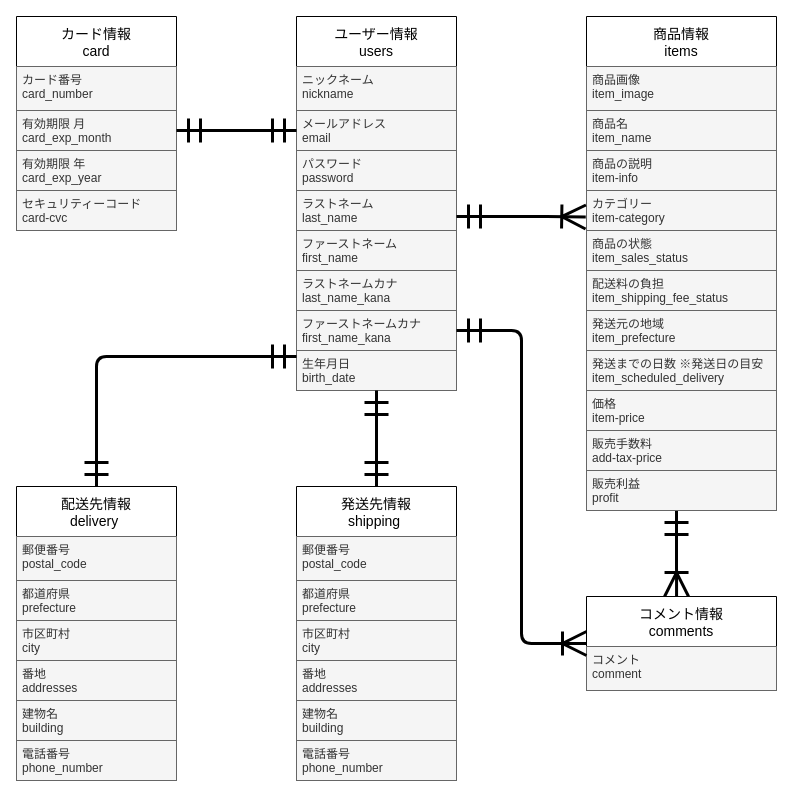
The draw.io diagram er.dio in hiroyuki0305/furima-37561, before the edit. Source tidied: cells renumbered, new cells numbered last; positions are measured from the earlier drawing's top-left corner, leaving out a move shared by most shapes. Both pictures are drawn from the tidied source at 100%, with x=0, y=0 at pixel (16, 16).
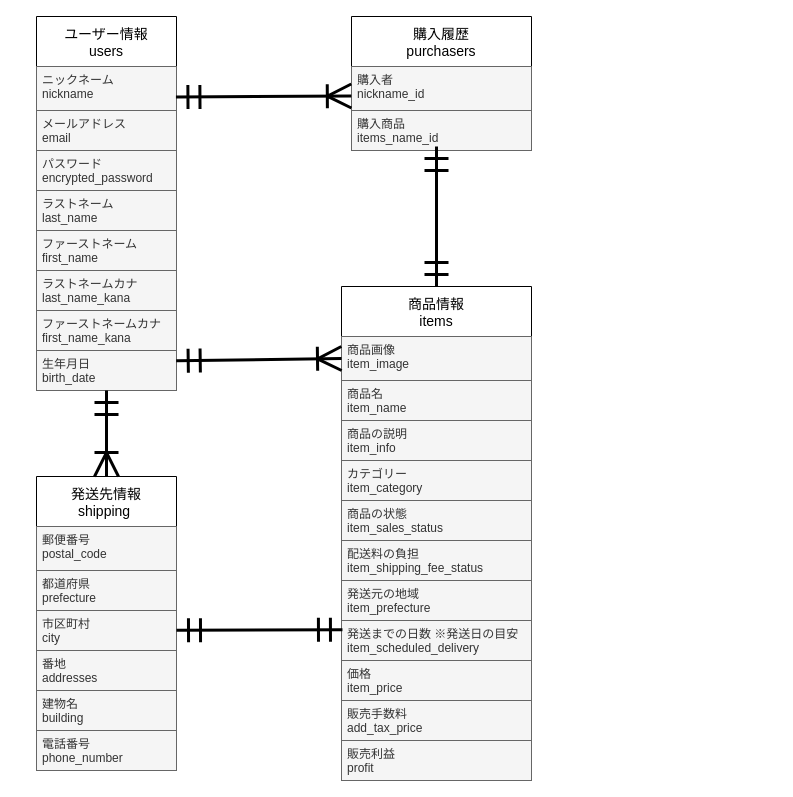
After the change.

Commit message (it also covers changes not shown here):
ER図とREADMEの訂正1

The change refers to these unchanged cells:
```xml
<mxCell id="12" value="商品画像&#10;item_image" style="text;strokeColor=#666666;fillColor=#f5f5f5;spacingLeft=4;spacingRight=4;overflow=hidden;points=[[0,0.5],[1,0.5]];portConstraint=eastwest;fontSize=12;fontColor=#333333;" parent="11" vertex="1">
  <mxGeometry y="50" width="190" height="44" as="geometry" />
</mxCell>
<mxCell id="19" value="発送までの日数 ※発送日の目安&#10;item_scheduled_delivery" style="text;strokeColor=#666666;fillColor=#f5f5f5;spacingLeft=4;spacingRight=4;overflow=hidden;points=[[0,0.5],[1,0.5]];portConstraint=eastwest;fontSize=12;fontColor=#333333;" parent="11" vertex="1">
  <mxGeometry y="334" width="190" height="40" as="geometry" />
</mxCell>
```

Change to the diagram source:
```diff
@@
     <mxCell id="2" value="ユーザー情報&#10;users" style="swimlane;fontStyle=0;horizontal=1;startSize=50;align=center;fontSize=14;" parent="1" vertex="1">
-      <mxGeometry x="280" width="160" height="374" as="geometry" />
+      <mxGeometry x="20" width="140" height="374" as="geometry" />
     </mxCell>
     <mxCell id="3" value="ニックネーム&#10;nickname" style="text;strokeColor=#666666;fillColor=#f5f5f5;spacingLeft=4;spacingRight=4;overflow=hidden;points=[[0,0.5],[1,0.5]];portConstraint=eastwest;fontSize=12;fontColor=#333333;" parent="2" vertex="1">
-      <mxGeometry y="50" width="160" height="44" as="geometry" />
+      <mxGeometry y="50" width="140" height="44" as="geometry" />
     </mxCell>
     <mxCell id="4" value="メールアドレス&#10;email" style="text;strokeColor=#666666;fillColor=#f5f5f5;spacingLeft=4;spacingRight=4;overflow=hidden;points=[[0,0.5],[1,0.5]];portConstraint=eastwest;fontSize=12;fontColor=#333333;" parent="2" vertex="1">
-      <mxGeometry y="94" width="160" height="40" as="geometry" />
+      <mxGeometry y="94" width="140" height="40" as="geometry" />
     </mxCell>
-    <mxCell id="5" value="パスワード&#10;password" style="text;strokeColor=#666666;fillColor=#f5f5f5;spacingLeft=4;spacingRight=4;overflow=hidden;fontSize=12;fontColor=#333333;" parent="2" vertex="1">
-      <mxGeometry y="134" width="160" height="40" as="geometry" />
+    <mxCell id="5" value="パスワード&#10;encrypted_password" style="text;strokeColor=#666666;fillColor=#f5f5f5;spacingLeft=4;spacingRight=4;overflow=hidden;fontSize=12;fontColor=#333333;" parent="2" vertex="1">
+      <mxGeometry y="134" width="140" height="40" as="geometry" />
     </mxCell>
     <mxCell id="6" value="ラストネーム&#10;last_name" style="text;strokeColor=#666666;fillColor=#f5f5f5;spacingLeft=4;spacingRight=4;overflow=hidden;fontSize=12;fontColor=#333333;" parent="2" vertex="1">
-      <mxGeometry y="174" width="160" height="40" as="geometry" />
+      <mxGeometry y="174" width="140" height="40" as="geometry" />
     </mxCell>
     <mxCell id="7" value="ファーストネーム&#10;first_name" style="text;strokeColor=#666666;fillColor=#f5f5f5;spacingLeft=4;spacingRight=4;overflow=hidden;fontSize=12;fontColor=#333333;" parent="2" vertex="1">
-      <mxGeometry y="214" width="160" height="40" as="geometry" />
+      <mxGeometry y="214" width="140" height="40" as="geometry" />
     </mxCell>
     <mxCell id="8" value="ラストネームカナ&#10;last_name_kana" style="text;strokeColor=#666666;fillColor=#f5f5f5;spacingLeft=4;spacingRight=4;overflow=hidden;fontSize=12;fontColor=#333333;" parent="2" vertex="1">
-      <mxGeometry y="254" width="160" height="40" as="geometry" />
+      <mxGeometry y="254" width="140" height="40" as="geometry" />
     </mxCell>
     <mxCell id="9" value="ファーストネームカナ&#10;first_name_kana" style="text;strokeColor=#666666;fillColor=#f5f5f5;spacingLeft=4;spacingRight=4;overflow=hidden;points=[[0,0.5],[1,0.5]];portConstraint=eastwest;fontSize=12;fontColor=#333333;" parent="2" vertex="1">
-      <mxGeometry y="294" width="160" height="40" as="geometry" />
+      <mxGeometry y="294" width="140" height="40" as="geometry" />
     </mxCell>
     <mxCell id="10" value="生年月日&#10;birth_date" style="text;strokeColor=#666666;fillColor=#f5f5f5;spacingLeft=4;spacingRight=4;overflow=hidden;points=[[0,0.5],[1,0.5]];portConstraint=eastwest;fontSize=12;fontColor=#333333;" parent="2" vertex="1">
-      <mxGeometry y="334" width="160" height="40" as="geometry" />
+      <mxGeometry y="334" width="140" height="40" as="geometry" />
     </mxCell>
     <mxCell id="11" value="商品情報&#10;items" style="swimlane;fontStyle=0;horizontal=1;startSize=50;align=center;fontSize=14;" parent="1" vertex="1">
-      <mxGeometry x="570" width="190" height="494" as="geometry" />
+      <mxGeometry x="325" y="270" width="190" height="494" as="geometry" />
     </mxCell>
@@
-    <mxCell id="14" value="商品の説明&#10;item-info" style="text;strokeColor=#666666;fillColor=#f5f5f5;spacingLeft=4;spacingRight=4;overflow=hidden;fontSize=12;fontColor=#333333;" parent="11" vertex="1">
+    <mxCell id="14" value="商品の説明&#10;item_info" style="text;strokeColor=#666666;fillColor=#f5f5f5;spacingLeft=4;spacingRight=4;overflow=hidden;fontSize=12;fontColor=#333333;" parent="11" vertex="1">
       <mxGeometry y="134" width="190" height="40" as="geometry" />
     </mxCell>
-    <mxCell id="15" value="カテゴリー&#10;item-category" style="text;strokeColor=#666666;fillColor=#f5f5f5;spacingLeft=4;spacingRight=4;overflow=hidden;points=[[0,0.5],[1,0.5]];portConstraint=eastwest;fontSize=12;fontColor=#333333;" parent="11" vertex="1">
+    <mxCell id="15" value="カテゴリー&#10;item_category" style="text;strokeColor=#666666;fillColor=#f5f5f5;spacingLeft=4;spacingRight=4;overflow=hidden;points=[[0,0.5],[1,0.5]];portConstraint=eastwest;fontSize=12;fontColor=#333333;" parent="11" vertex="1">
       <mxGeometry y="174" width="190" height="40" as="geometry" />
     </mxCell>
@@
-    <mxCell id="20" value="価格&#10;item-price" style="text;strokeColor=#666666;fillColor=#f5f5f5;spacingLeft=4;spacingRight=4;overflow=hidden;fontSize=12;fontColor=#333333;" parent="11" vertex="1">
+    <mxCell id="20" value="価格&#10;item_price" style="text;strokeColor=#666666;fillColor=#f5f5f5;spacingLeft=4;spacingRight=4;overflow=hidden;fontSize=12;fontColor=#333333;" parent="11" vertex="1">
       <mxGeometry y="374" width="190" height="40" as="geometry" />
     </mxCell>
-    <mxCell id="21" value="販売手数料&#10;add-tax-price" style="text;strokeColor=#666666;fillColor=#f5f5f5;spacingLeft=4;spacingRight=4;overflow=hidden;fontSize=12;fontColor=#333333;" parent="11" vertex="1">
+    <mxCell id="21" value="販売手数料&#10;add_tax_price" style="text;strokeColor=#666666;fillColor=#f5f5f5;spacingLeft=4;spacingRight=4;overflow=hidden;fontSize=12;fontColor=#333333;" parent="11" vertex="1">
       <mxGeometry y="414" width="190" height="40" as="geometry" />
     </mxCell>
-    <mxCell id="22" style="fontSize=12;html=1;endArrow=ERoneToMany;startArrow=ERmandOne;startSize=20;endSize=20;strokeWidth=3;entryX=0.474;entryY=0;entryDx=0;entryDy=0;entryPerimeter=0;" parent="11" edge="1" target="31">
-      <mxGeometry relative="1" as="geometry">
-        <mxPoint x="90" y="494" as="sourcePoint" />
-      </mxGeometry>
-    </mxCell>
@@
     <mxCell id="24" value="発送先情報&#10;shipping " style="swimlane;fontStyle=0;horizontal=1;startSize=50;align=center;fontSize=14;" parent="1" vertex="1">
-      <mxGeometry x="280" y="470" width="160" height="294" as="geometry" />
+      <mxGeometry x="20" y="460" width="140" height="294" as="geometry" />
     </mxCell>
     <mxCell id="25" value="郵便番号&#10;postal_code" style="text;strokeColor=#666666;fillColor=#f5f5f5;spacingLeft=4;spacingRight=4;overflow=hidden;fontSize=12;fontColor=#333333;" parent="24" vertex="1">
-      <mxGeometry y="50" width="160" height="44" as="geometry" />
+      <mxGeometry y="50" width="140" height="44" as="geometry" />
     </mxCell>
     <mxCell id="26" value="都道府県&#10;prefecture" style="text;strokeColor=#666666;fillColor=#f5f5f5;spacingLeft=4;spacingRight=4;overflow=hidden;fontSize=12;fontColor=#333333;" parent="24" vertex="1">
-      <mxGeometry y="94" width="160" height="40" as="geometry" />
+      <mxGeometry y="94" width="140" height="40" as="geometry" />
     </mxCell>
     <mxCell id="27" value="市区町村&#10;city" style="text;strokeColor=#666666;fillColor=#f5f5f5;spacingLeft=4;spacingRight=4;overflow=hidden;points=[[0,0.5],[1,0.5]];portConstraint=eastwest;fontSize=12;fontColor=#333333;" parent="24" vertex="1">
-      <mxGeometry y="134" width="160" height="40" as="geometry" />
+      <mxGeometry y="134" width="140" height="40" as="geometry" />
     </mxCell>
     <mxCell id="28" value="番地&#10;addresses" style="text;strokeColor=#666666;fillColor=#f5f5f5;spacingLeft=4;spacingRight=4;overflow=hidden;fontSize=12;fontColor=#333333;" parent="24" vertex="1">
-      <mxGeometry y="174" width="160" height="40" as="geometry" />
+      <mxGeometry y="174" width="140" height="40" as="geometry" />
     </mxCell>
     <mxCell id="29" value="建物名&#10;building" style="text;strokeColor=#666666;fillColor=#f5f5f5;spacingLeft=4;spacingRight=4;overflow=hidden;fontSize=12;fontColor=#333333;" parent="24" vertex="1">
-      <mxGeometry y="214" width="160" height="40" as="geometry" />
+      <mxGeometry y="214" width="140" height="40" as="geometry" />
     </mxCell>
     <mxCell id="30" value="電話番号&#10;phone_number" style="text;strokeColor=#666666;fillColor=#f5f5f5;spacingLeft=4;spacingRight=4;overflow=hidden;fontSize=12;fontColor=#333333;" parent="24" vertex="1">
-      <mxGeometry y="254" width="160" height="40" as="geometry" />
+      <mxGeometry y="254" width="140" height="40" as="geometry" />
     </mxCell>
-    <mxCell id="31" value="コメント情報&#10;comments" style="swimlane;fontStyle=0;horizontal=1;startSize=50;align=center;fontSize=14;" parent="1" vertex="1">
-      <mxGeometry x="570" y="580" width="190" height="94" as="geometry" />
-    </mxCell>
-    <mxCell id="32" value="コメント&#10;comment" style="text;strokeColor=#666666;fillColor=#f5f5f5;spacingLeft=4;spacingRight=4;overflow=hidden;fontSize=12;fontColor=#333333;" parent="31" vertex="1">
-      <mxGeometry y="50" width="190" height="44" as="geometry" />
-    </mxCell>
-    <mxCell id="33" value="カード情報&#10;card" style="swimlane;fontStyle=0;horizontal=1;startSize=50;align=center;fontSize=14;" parent="1" vertex="1">
-      <mxGeometry width="160" height="214" as="geometry" />
-    </mxCell>
-    <mxCell id="34" value="カード番号&#10;card_number" style="text;strokeColor=#666666;fillColor=#f5f5f5;spacingLeft=4;spacingRight=4;overflow=hidden;fontSize=12;fontColor=#333333;" parent="33" vertex="1">
-      <mxGeometry y="50" width="160" height="44" as="geometry" />
-    </mxCell>
-    <mxCell id="35" value="有効期限 月&#10;card_exp_month" style="text;strokeColor=#666666;fillColor=#f5f5f5;spacingLeft=4;spacingRight=4;overflow=hidden;points=[[0,0.5],[1,0.5]];portConstraint=eastwest;fontSize=12;fontColor=#333333;" parent="33" vertex="1">
-      <mxGeometry y="94" width="160" height="40" as="geometry" />
-    </mxCell>
-    <mxCell id="36" value="有効期限 年&#10;card_exp_year" style="text;strokeColor=#666666;fillColor=#f5f5f5;spacingLeft=4;spacingRight=4;overflow=hidden;fontSize=12;fontColor=#333333;" parent="33" vertex="1">
-      <mxGeometry y="134" width="160" height="40" as="geometry" />
-    </mxCell>
-    <mxCell id="37" value="セキュリティーコード&#10;card-cvc" style="text;strokeColor=#666666;fillColor=#f5f5f5;spacingLeft=4;spacingRight=4;overflow=hidden;fontSize=12;fontColor=#333333;" parent="33" vertex="1">
-      <mxGeometry y="174" width="160" height="40" as="geometry" />
-    </mxCell>
-    <mxCell id="38" value="配送先情報&#10;delivery " style="swimlane;fontStyle=0;horizontal=1;startSize=50;align=center;fontSize=14;" parent="1" vertex="1">
-      <mxGeometry y="470" width="160" height="294" as="geometry" />
+    <mxCell id="38" value="購入履歴&#10;purchasers" style="swimlane;fontStyle=0;horizontal=1;startSize=50;align=center;fontSize=14;" parent="1" vertex="1">
+      <mxGeometry x="335" width="180" height="134" as="geometry" />
     </mxCell>
-    <mxCell id="39" value="郵便番号&#10;postal_code" style="text;strokeColor=#666666;fillColor=#f5f5f5;spacingLeft=4;spacingRight=4;overflow=hidden;points=[[0,0.5],[1,0.5]];portConstraint=eastwest;fontSize=12;fontColor=#333333;" parent="38" vertex="1">
-      <mxGeometry y="50" width="160" height="44" as="geometry" />
+    <mxCell id="39" value="購入者&#10;nickname_id" style="text;strokeColor=#666666;fillColor=#f5f5f5;spacingLeft=4;spacingRight=4;overflow=hidden;points=[[0,0.5],[1,0.5]];portConstraint=eastwest;fontSize=12;fontColor=#333333;" parent="38" vertex="1">
+      <mxGeometry y="50" width="180" height="44" as="geometry" />
     </mxCell>
-    <mxCell id="40" value="都道府県&#10;prefecture" style="text;strokeColor=#666666;fillColor=#f5f5f5;spacingLeft=4;spacingRight=4;overflow=hidden;fontSize=12;fontColor=#333333;" parent="38" vertex="1">
-      <mxGeometry y="94" width="160" height="40" as="geometry" />
+    <mxCell id="40" value="購入商品&#10;items_name_id" style="text;strokeColor=#666666;fillColor=#f5f5f5;spacingLeft=4;spacingRight=4;overflow=hidden;fontSize=12;fontColor=#333333;" parent="38" vertex="1">
+      <mxGeometry y="94" width="180" height="40" as="geometry" />
     </mxCell>
-    <mxCell id="41" value="市区町村&#10;city" style="text;strokeColor=#666666;fillColor=#f5f5f5;spacingLeft=4;spacingRight=4;overflow=hidden;fontSize=12;fontColor=#333333;" parent="38" vertex="1">
-      <mxGeometry y="134" width="160" height="40" as="geometry" />
-    </mxCell>
-    <mxCell id="42" value="番地&#10;addresses" style="text;strokeColor=#666666;fillColor=#f5f5f5;spacingLeft=4;spacingRight=4;overflow=hidden;fontSize=12;fontColor=#333333;" parent="38" vertex="1">
-      <mxGeometry y="174" width="160" height="40" as="geometry" />
-    </mxCell>
-    <mxCell id="43" value="建物名&#10;building" style="text;strokeColor=#666666;fillColor=#f5f5f5;spacingLeft=4;spacingRight=4;overflow=hidden;fontSize=12;fontColor=#333333;" parent="38" vertex="1">
-      <mxGeometry y="214" width="160" height="40" as="geometry" />
-    </mxCell>
-    <mxCell id="44" value="電話番号&#10;phone_number" style="text;strokeColor=#666666;fillColor=#f5f5f5;spacingLeft=4;spacingRight=4;overflow=hidden;fontSize=12;fontColor=#333333;" parent="38" vertex="1">
-      <mxGeometry y="254" width="160" height="40" as="geometry" />
-    </mxCell>
-    <mxCell id="45" style="fontSize=12;html=1;endArrow=ERmandOne;startArrow=ERmandOne;startSize=20;endSize=20;strokeWidth=3;" parent="1" edge="1" source="24" target="10">
-      <mxGeometry relative="1" as="geometry" />
-    </mxCell>
-    <mxCell id="46" style="fontSize=12;html=1;endArrow=ERoneToMany;startArrow=ERmandOne;startSize=20;endSize=20;strokeWidth=3;entryX=-0.004;entryY=0.662;entryDx=0;entryDy=0;entryPerimeter=0;" parent="1" edge="1" target="15">
-      <mxGeometry relative="1" as="geometry">
-        <mxPoint x="440" y="200" as="sourcePoint" />
-        <Array as="points">
-          <mxPoint x="460" y="200" />
-          <mxPoint x="490" y="200" />
-          <mxPoint x="540" y="200" />
-        </Array>
-      </mxGeometry>
+    <mxCell id="46" style="fontSize=12;html=1;endArrow=ERoneToMany;startArrow=ERmandOne;startSize=20;endSize=20;strokeWidth=3;exitX=0.998;exitY=0.258;exitDx=0;exitDy=0;exitPerimeter=0;entryX=0;entryY=0.5;entryDx=0;entryDy=0;" parent="1" edge="1" source="10" target="12">
+      <mxGeometry relative="1" as="geometry" />
     </mxCell>
-    <mxCell id="47" style="edgeStyle=orthogonalEdgeStyle;fontSize=12;html=1;endArrow=ERoneToMany;startArrow=ERmandOne;startSize=20;endSize=20;strokeWidth=3;entryX=0;entryY=0.5;entryDx=0;entryDy=0;" parent="1" edge="1" source="9" target="31">
-      <mxGeometry relative="1" as="geometry" />
-    </mxCell>
-    <mxCell id="48" style="edgeStyle=orthogonalEdgeStyle;fontSize=12;html=1;endArrow=ERmandOne;startArrow=ERmandOne;startSize=20;endSize=20;strokeWidth=3;exitX=0.5;exitY=0;exitDx=0;exitDy=0;entryX=0;entryY=0.15;entryDx=0;entryDy=0;entryPerimeter=0;" parent="1" edge="1" source="38" target="10">
-      <mxGeometry relative="1" as="geometry" />
-    </mxCell>
-    <mxCell id="49" style="fontSize=12;html=1;endArrow=ERmandOne;startArrow=ERmandOne;startSize=20;endSize=20;strokeWidth=3;exitX=1;exitY=0.5;exitDx=0;exitDy=0;" parent="1" edge="1" source="35" target="4">
+    <mxCell id="49" style="fontSize=12;html=1;endArrow=ERoneToMany;startArrow=ERmandOne;exitX=0.5;exitY=1;exitDx=0;exitDy=0;entryX=0.5;entryY=0;entryDx=0;entryDy=0;endSize=20;startSize=20;strokeWidth=3;" parent="1" edge="1" source="2" target="24">
       <mxGeometry relative="1" as="geometry" />
     </mxCell>
+    <mxCell id="50" style="fontSize=12;html=1;endArrow=ERmandOne;startArrow=ERmandOne;startSize=20;endSize=20;strokeWidth=3;exitX=0.5;exitY=0;exitDx=0;exitDy=0;" parent="1" edge="1" source="11">
+      <mxGeometry relative="1" as="geometry">
+        <mxPoint x="420" y="130" as="targetPoint" />
+        <Array as="points">
+          <mxPoint x="420" y="160" />
+        </Array>
+      </mxGeometry>
+    </mxCell>
+    <mxCell id="51" style="fontSize=12;html=1;endArrow=ERmandOne;startArrow=ERmandOne;startSize=20;endSize=20;strokeWidth=3;entryX=0.005;entryY=0.232;entryDx=0;entryDy=0;entryPerimeter=0;" parent="1" edge="1" source="27" target="19">
+      <mxGeometry relative="1" as="geometry" />
+    </mxCell>
+    <mxCell id="52" style="fontSize=12;html=1;endArrow=ERoneToMany;startArrow=ERmandOne;startSize=20;endSize=20;strokeWidth=3;entryX=-0.001;entryY=0.671;entryDx=0;entryDy=0;entryPerimeter=0;exitX=0.996;exitY=0.695;exitDx=0;exitDy=0;exitPerimeter=0;" parent="1" edge="1" source="3" target="39">
+      <mxGeometry relative="1" as="geometry" />
+    </mxCell>
```
